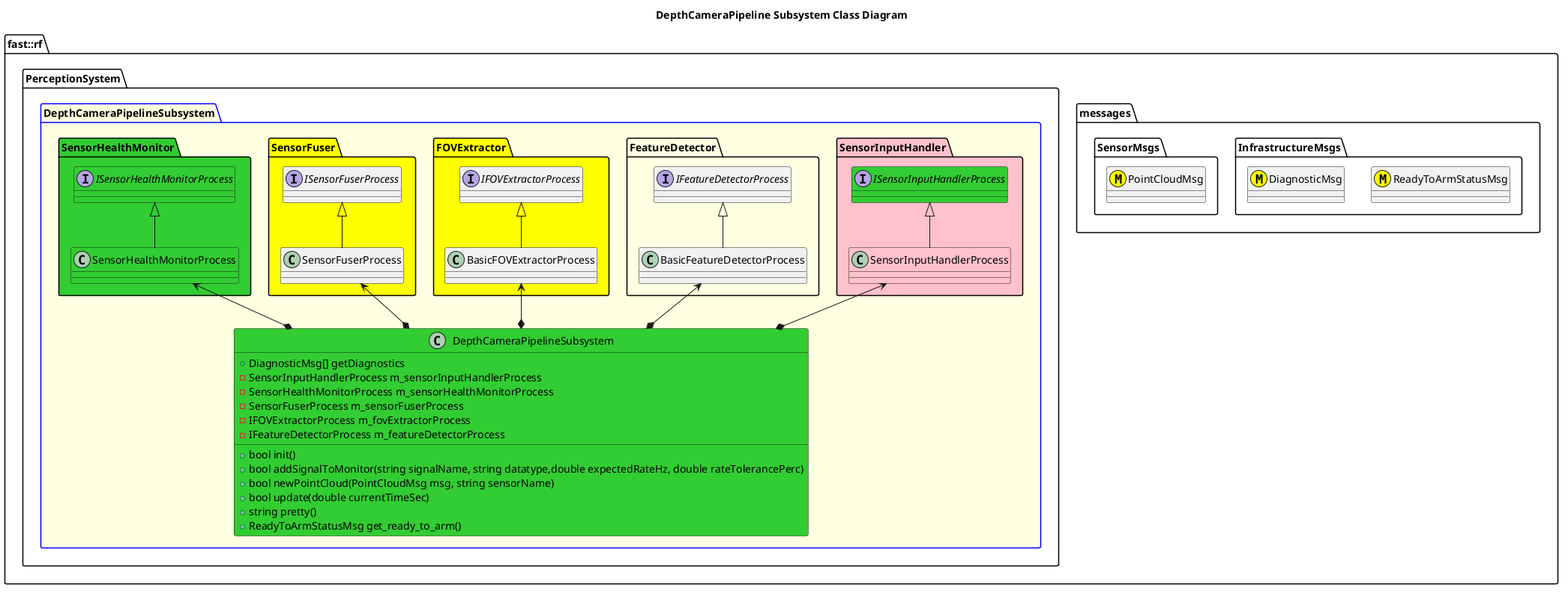
Above: Systems/Perception/Subsystems/DepthCameraPipeline/doc/puml/DepthCameraPipelineSubsystemClassDiagram.png in fastrobotics/robot_framework (PlantUML), before the change.
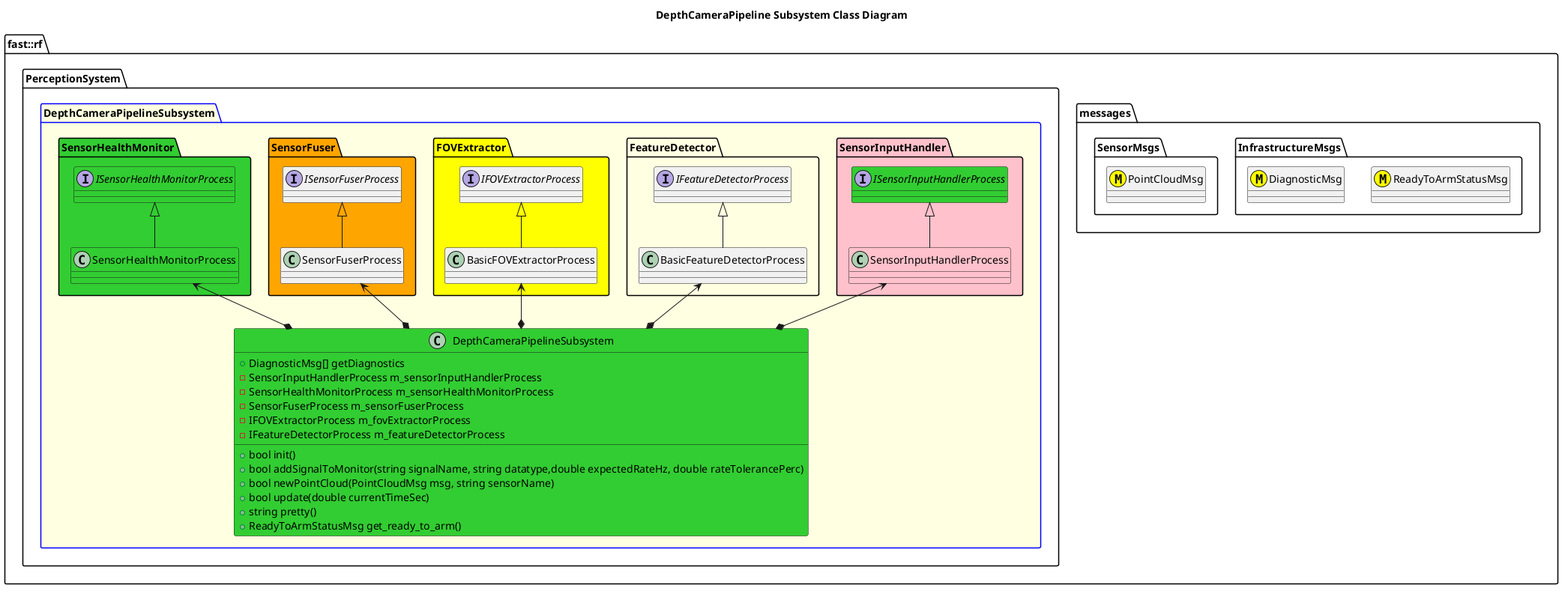
The same file after the commit.

The edit, as a diff of the source:
```diff
@@ -28,7 +28,7 @@
             class BasicFOVExtractorProcess
             BasicFOVExtractorProcess -up-|> IFOVExtractorProcess
         }
-        namespace SensorFuser #Yellow {
+        namespace SensorFuser #Orange {
             interface ISensorFuserProcess
             class SensorFuserProcess
             SensorFuserProcess -up-|> ISensorFuserProcess
```
